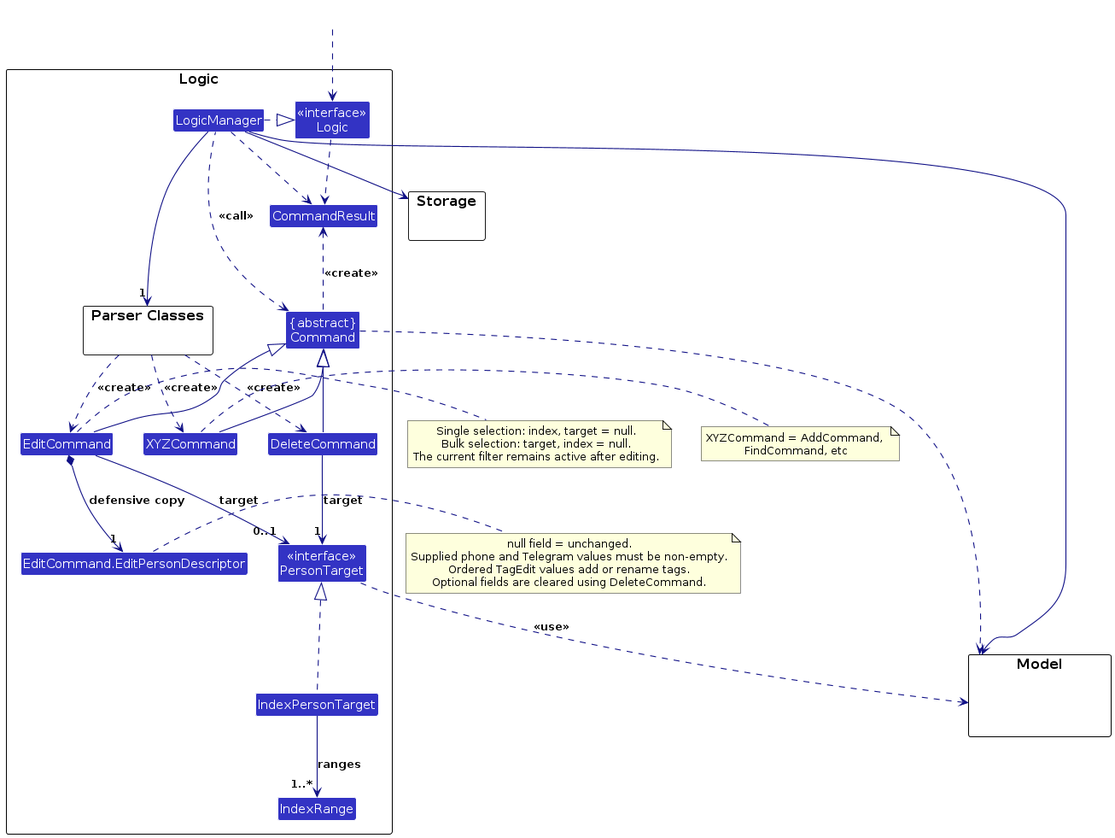
Before: diagrams/LogicClassDiagram.png, a diagram exported from PlantUML (AY2627S1-CS2103T-T11-2/tp). Its source is kept beside it as diagrams/LogicClassDiagram.puml.
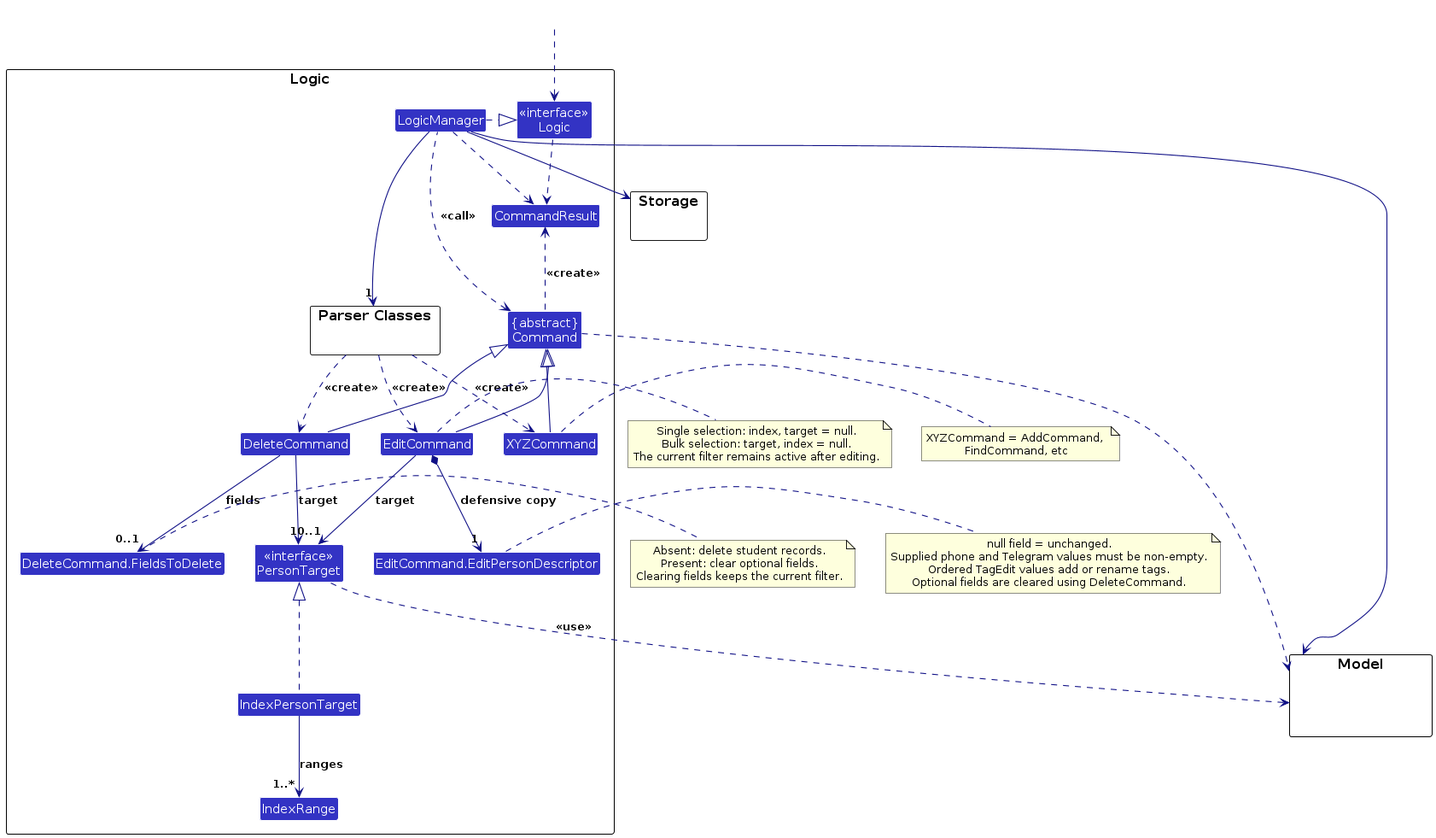
The same diagram one commit later.

What changed in the source:
```diff
@@ -13,6 +13,7 @@
 Class "{abstract}\nCommand" as Command
 
 Class DeleteCommand
+Class "DeleteCommand.FieldsToDelete" as FieldsToDelete
 Class "<<interface>>\nPersonTarget" as PersonTarget
 Class IndexPersonTarget
 Class IndexRange
@@ -47,6 +48,12 @@
 LogicManager .left.> Command : <<call>>
 
 DeleteCommand --> "1" PersonTarget : target
+DeleteCommand --> "0..1" FieldsToDelete : fields
+note right of FieldsToDelete
+  Absent: delete student records.
+  Present: clear optional fields.
+  Clearing fields keeps the current filter.
+end note
 IndexPersonTarget .up.|> PersonTarget
 IndexPersonTarget --> "1..*" IndexRange : ranges
 
```
